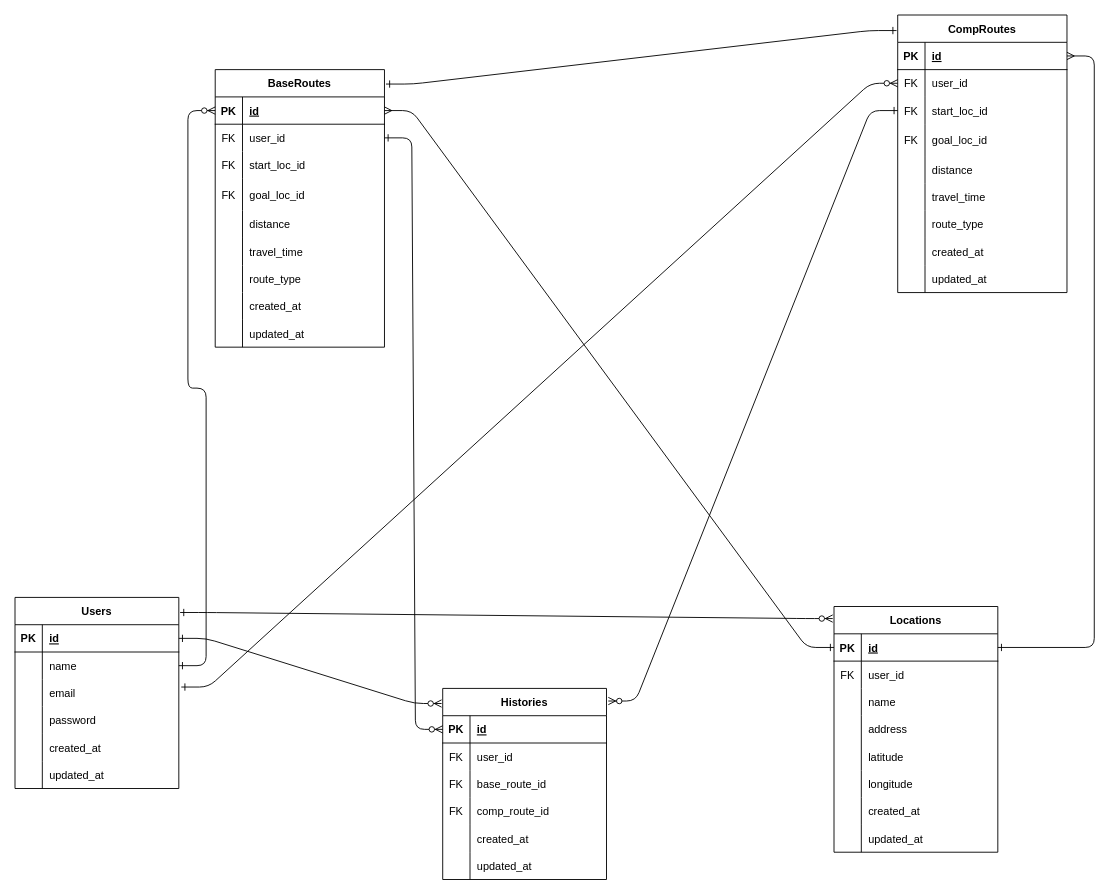
miki-hayashi-71/KABUNOMI keeps this draw.io diagram as ER_diagram.drawio. Above is the earlier version. Source tidied: cells renumbered, new cells numbered last; positions are measured from the earlier drawing's top-left corner, leaving out a move shared by most shapes. Both pictures are drawn from the tidied source at 91%, with x=0, y=0 at pixel (15, 15).
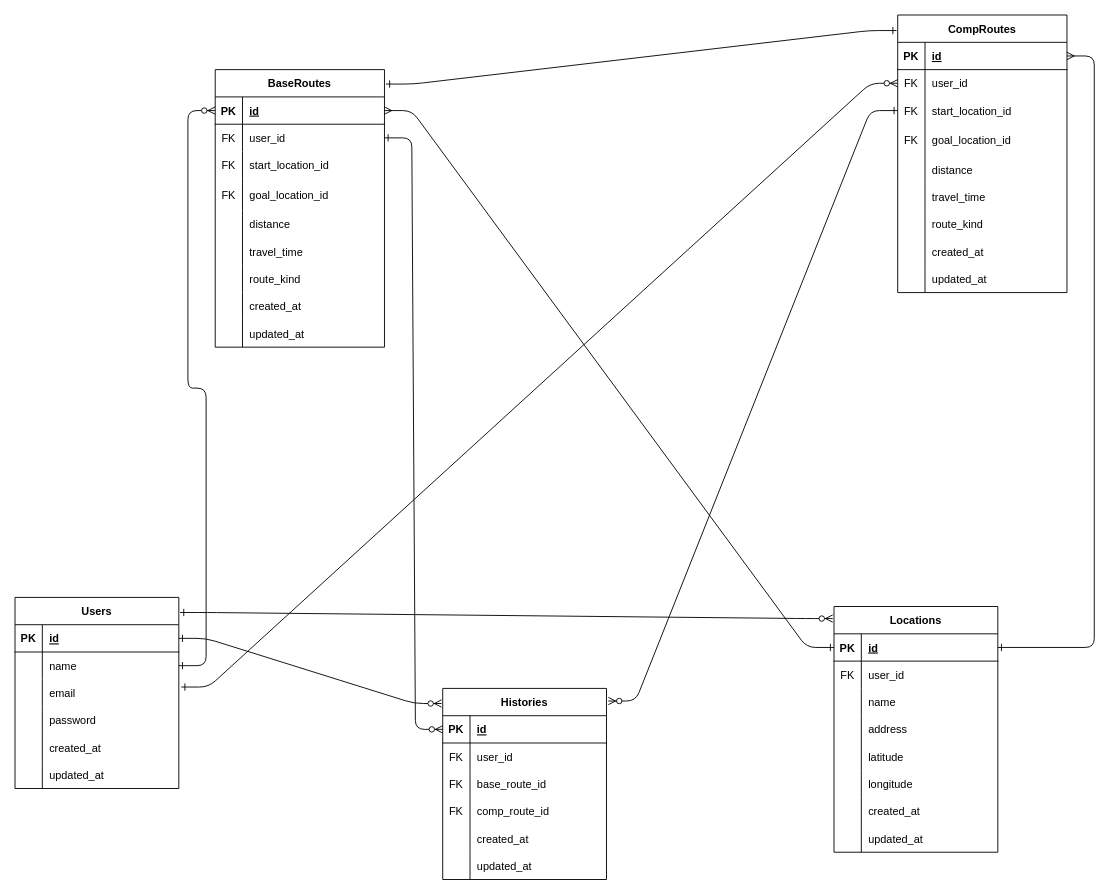
The same diagram, later.

The change refers to these unchanged cells:
```xml
<mxCell id="56" style="shape=tableRow;horizontal=0;startSize=0;swimlaneHead=0;swimlaneBody=0;fillColor=none;top=0;left=0;right=0;bottom=0;" parent="49" vertex="1">
  <mxGeometry y="90" width="186" height="30" as="geometry" />
</mxCell>
<mxCell id="59" style="shape=tableRow;horizontal=0;startSize=0;swimlaneHead=0;swimlaneBody=0;fillColor=none;top=0;left=0;right=0;bottom=0;" parent="49" vertex="1">
  <mxGeometry y="120" width="186" height="35" as="geometry" />
</mxCell>
<mxCell id="68" style="shape=tableRow;horizontal=0;startSize=0;swimlaneHead=0;swimlaneBody=0;fillColor=none;top=0;left=0;right=0;bottom=0;" parent="49" vertex="1">
  <mxGeometry y="215" width="186" height="30" as="geometry" />
</mxCell>
<mxCell id="107" style="shape=tableRow;horizontal=0;startSize=0;swimlaneHead=0;swimlaneBody=0;fillColor=none;points=[[0,0.5],[1,0.5]];portConstraint=eastwest;top=0;left=0;right=0;bottom=0;" parent="100" vertex="1">
  <mxGeometry y="90" width="186" height="30" as="geometry" />
</mxCell>
<mxCell id="110" style="shape=tableRow;horizontal=0;startSize=0;swimlaneHead=0;swimlaneBody=0;fillColor=none;top=0;left=0;right=0;bottom=0;" parent="100" vertex="1">
  <mxGeometry y="120" width="186" height="35" as="geometry" />
</mxCell>
<mxCell id="119" style="shape=tableRow;horizontal=0;startSize=0;swimlaneHead=0;swimlaneBody=0;fillColor=none;top=0;left=0;right=0;bottom=0;" parent="100" vertex="1">
  <mxGeometry y="215" width="186" height="30" as="geometry" />
</mxCell>
```

Change to the diagram source:
```diff
@@
-    <mxCell id="58" value="start_loc_id" style="shape=partialRectangle;fillColor=none;top=0;left=0;bottom=0;right=0;align=left;spacingLeft=6;overflow=hidden;" parent="56" vertex="1">
+    <mxCell id="58" value="start_location_id" style="shape=partialRectangle;fillColor=none;top=0;left=0;bottom=0;right=0;align=left;spacingLeft=6;overflow=hidden;" parent="56" vertex="1">
       <mxGeometry x="30" width="156" height="30" as="geometry" />
     </mxCell>
@@
-    <mxCell id="61" value="goal_loc_id" style="shape=partialRectangle;fillColor=none;top=0;left=0;bottom=0;right=0;align=left;spacingLeft=6;overflow=hidden;" parent="59" vertex="1">
+    <mxCell id="61" value="goal_location_id" style="shape=partialRectangle;fillColor=none;top=0;left=0;bottom=0;right=0;align=left;spacingLeft=6;overflow=hidden;" parent="59" vertex="1">
       <mxGeometry x="30" width="156" height="35" as="geometry" />
     </mxCell>
@@
-    <mxCell id="70" value="route_type" style="shape=partialRectangle;fillColor=none;top=0;left=0;bottom=0;right=0;align=left;spacingLeft=6;overflow=hidden;" parent="68" vertex="1">
+    <mxCell id="70" value="route_kind" style="shape=partialRectangle;fillColor=none;top=0;left=0;bottom=0;right=0;align=left;spacingLeft=6;overflow=hidden;" parent="68" vertex="1">
       <mxGeometry x="30" width="156" height="30" as="geometry" />
     </mxCell>
@@
-    <mxCell id="109" value="start_loc_id" style="shape=partialRectangle;fillColor=none;top=0;left=0;bottom=0;right=0;align=left;spacingLeft=6;overflow=hidden;" parent="107" vertex="1">
+    <mxCell id="109" value="start_location_id" style="shape=partialRectangle;fillColor=none;top=0;left=0;bottom=0;right=0;align=left;spacingLeft=6;overflow=hidden;" parent="107" vertex="1">
       <mxGeometry x="30" width="156" height="30" as="geometry" />
     </mxCell>
@@
-    <mxCell id="112" value="goal_loc_id" style="shape=partialRectangle;fillColor=none;top=0;left=0;bottom=0;right=0;align=left;spacingLeft=6;overflow=hidden;" parent="110" vertex="1">
+    <mxCell id="112" value="goal_location_id" style="shape=partialRectangle;fillColor=none;top=0;left=0;bottom=0;right=0;align=left;spacingLeft=6;overflow=hidden;" parent="110" vertex="1">
       <mxGeometry x="30" width="156" height="35" as="geometry" />
     </mxCell>
@@
-    <mxCell id="121" value="route_type" style="shape=partialRectangle;fillColor=none;top=0;left=0;bottom=0;right=0;align=left;spacingLeft=6;overflow=hidden;" parent="119" vertex="1">
+    <mxCell id="121" value="route_kind" style="shape=partialRectangle;fillColor=none;top=0;left=0;bottom=0;right=0;align=left;spacingLeft=6;overflow=hidden;" parent="119" vertex="1">
       <mxGeometry x="30" width="156" height="30" as="geometry" />
     </mxCell>
```
